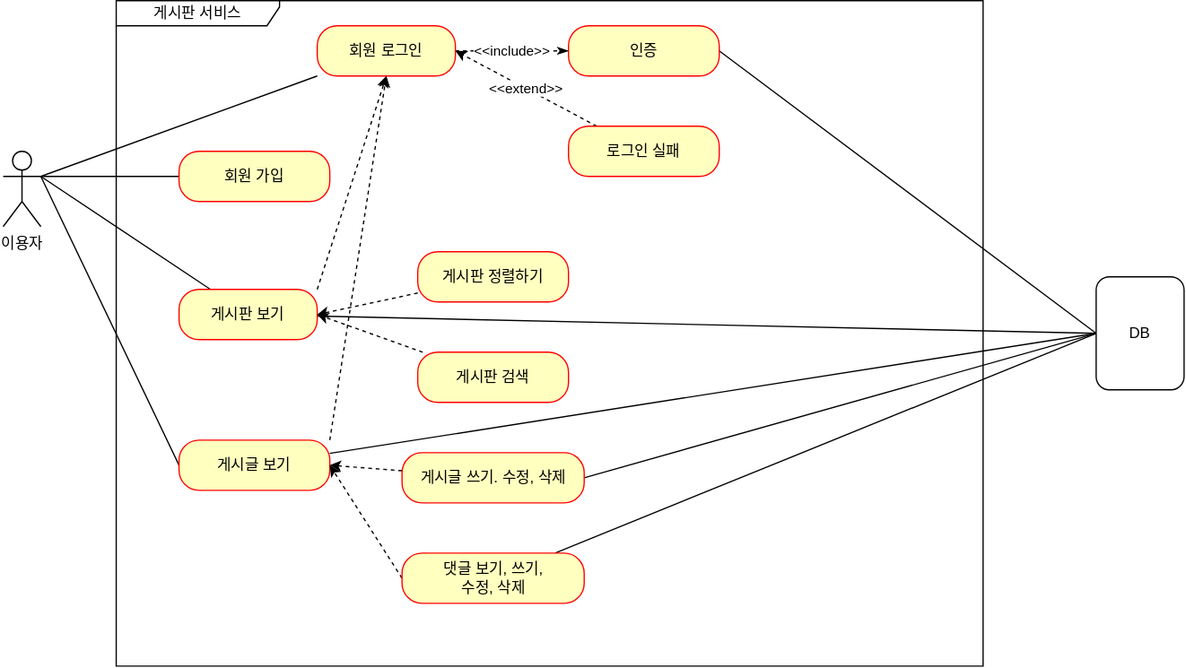
KimSangwoo1259/fc-project-board keeps this draw.io diagram as document/use-case.svg. Above is the earlier version. Source tidied: cells renumbered, new cells last; positions are measured from the earlier drawing's top-left corner, leaving out a move shared by most shapes.
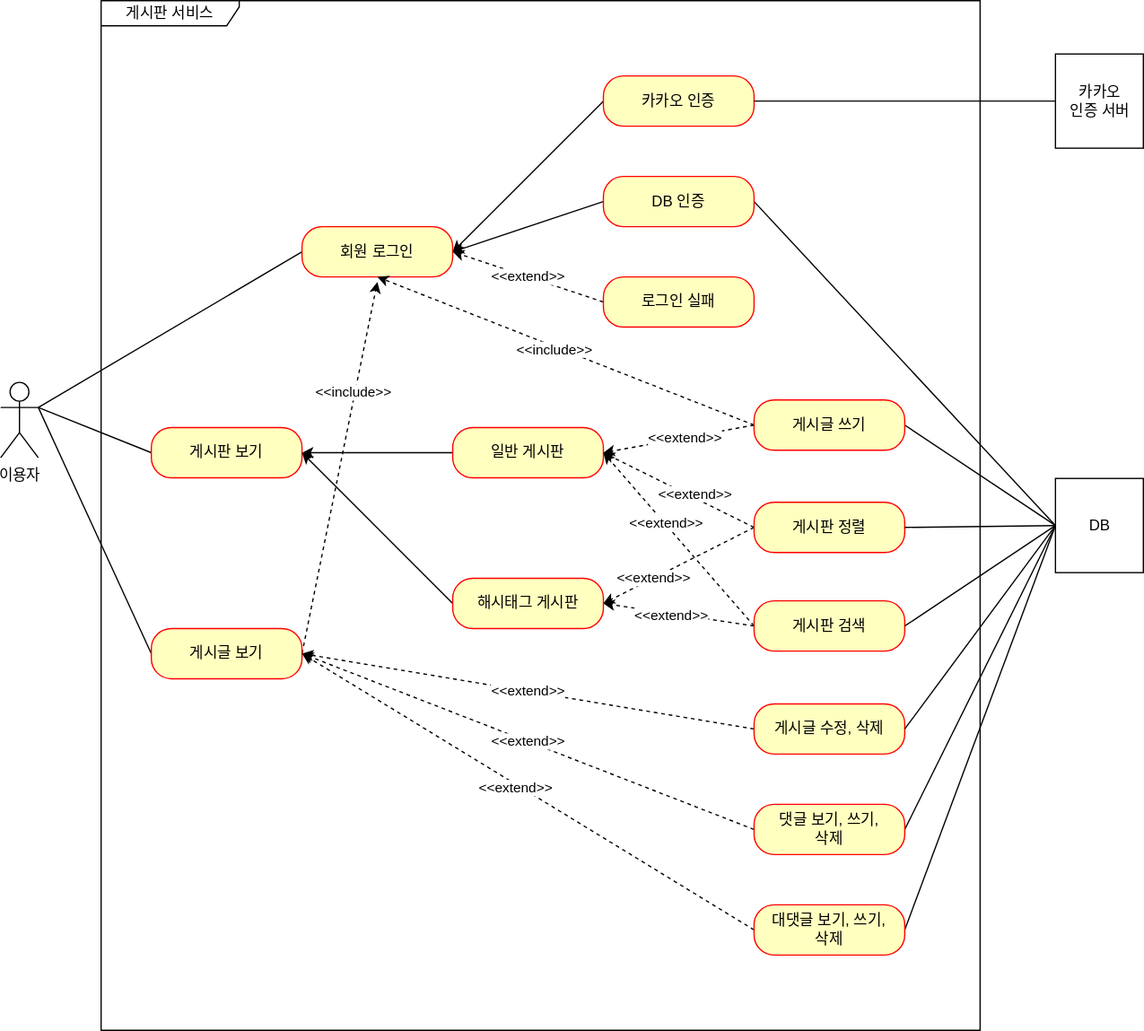
The same file after the commit.

Commit message:
gitflow-feature-stash: #35-usercase-update

The edit, as a diff of the source:
```diff
@@ -2,99 +2,177 @@
   <root>
     <mxCell id="0" />
     <mxCell id="1" parent="0" />
-    <mxCell id="2" value="이용자&lt;br&gt;" style="shape=umlActor;verticalLabelPosition=bottom;verticalAlign=top;html=1;outlineConnect=0;rounded=1;" parent="1" vertex="1">
-      <mxGeometry y="120" width="30" height="60" as="geometry" />
+    <mxCell id="2" value="이용자" style="shape=umlActor;verticalLabelPosition=bottom;verticalAlign=top;html=1;" parent="1" vertex="1">
+      <mxGeometry x="40" y="204" width="30" height="60" as="geometry" />
     </mxCell>
-    <mxCell id="3" value="게시판 서비스&lt;br&gt;" style="shape=umlFrame;whiteSpace=wrap;html=1;width=130;height=20;rounded=1;" parent="1" vertex="1">
-      <mxGeometry x="90" width="690" height="530" as="geometry" />
+    <mxCell id="3" value="게시판 서비스" style="shape=umlFrame;whiteSpace=wrap;html=1;width=110;height=20;" parent="1" vertex="1">
+      <mxGeometry x="120" y="-100" width="700" height="820" as="geometry" />
     </mxCell>
-    <mxCell id="4" style="rounded=1;jettySize=auto;html=1;exitX=0;exitY=0.5;exitDx=0;exitDy=0;entryX=1;entryY=0.3333333333333333;entryDx=0;entryDy=0;entryPerimeter=0;endArrow=none;endFill=0;" parent="1" edge="1" source="5" target="2">
-      <mxGeometry relative="1" as="geometry" />
-    </mxCell>
-    <mxCell id="5" value="회원 가입" style="rounded=1;whiteSpace=wrap;html=1;arcSize=40;fontColor=#000000;fillColor=#ffffc0;strokeColor=#ff0000;" parent="1" vertex="1">
-      <mxGeometry x="140" y="120" width="120" height="40" as="geometry" />
-    </mxCell>
-    <mxCell id="6" style="rounded=1;jettySize=auto;html=1;endArrow=none;endFill=0;" parent="1" edge="1" source="9">
-      <mxGeometry relative="1" as="geometry">
-        <mxPoint x="30" y="140" as="targetPoint" />
-      </mxGeometry>
-    </mxCell>
-    <mxCell id="7" style="rounded=1;jettySize=auto;html=1;entryX=0.5;entryY=1;entryDx=0;entryDy=0;exitX=1;exitY=0;exitDx=0;exitDy=0;dashed=1;" parent="1" edge="1" source="9" target="16">
-      <mxGeometry relative="1" as="geometry" />
-    </mxCell>
-    <mxCell id="8" style="rounded=1;jettySize=auto;html=1;entryX=0;entryY=0.5;entryDx=0;entryDy=0;endArrow=none;endFill=0;" parent="1" edge="1" source="9" target="31">
-      <mxGeometry relative="1" as="geometry" />
-    </mxCell>
+    <mxCell id="32" style="rounded=0;jettySize=auto;html=1;exitX=0;exitY=0.5;exitDx=0;exitDy=0;entryX=1;entryY=0.5;entryDx=0;entryDy=0;" parent="1" edge="1" source="33" target="9">
+      <mxGeometry relative="1" as="geometry" />
+    </mxCell>
+    <mxCell id="33" value="일반 게시판" style="rounded=1;whiteSpace=wrap;html=1;arcSize=40;fontColor=#000000;fillColor=#ffffc0;strokeColor=#ff0000;" parent="1" vertex="1">
+      <mxGeometry x="400" y="240" width="120" height="40" as="geometry" />
+    </mxCell>
+    <mxCell id="34" style="edgeStyle=none;rounded=0;jettySize=auto;html=1;exitX=0;exitY=0.5;exitDx=0;exitDy=0;entryX=1;entryY=0.3333333333333333;entryDx=0;entryDy=0;entryPerimeter=0;endArrow=none;endFill=0;" parent="1" edge="1" source="9" target="2">
+      <mxGeometry relative="1" as="geometry" />
+    </mxCell>
     <mxCell id="9" value="게시판 보기" style="rounded=1;whiteSpace=wrap;html=1;arcSize=40;fontColor=#000000;fillColor=#ffffc0;strokeColor=#ff0000;" parent="1" vertex="1">
-      <mxGeometry x="140" y="230" width="110" height="40" as="geometry" />
+      <mxGeometry x="160" y="240" width="120" height="40" as="geometry" />
     </mxCell>
-    <mxCell id="10" style="rounded=1;jettySize=auto;html=1;endArrow=none;endFill=0;exitX=0;exitY=0.5;exitDx=0;exitDy=0;" parent="1" edge="1" source="13">
-      <mxGeometry relative="1" as="geometry">
-        <mxPoint x="30" y="140" as="targetPoint" />
-      </mxGeometry>
-    </mxCell>
-    <mxCell id="11" style="rounded=1;jettySize=auto;html=1;exitX=1;exitY=0;exitDx=0;exitDy=0;entryX=0.5;entryY=1;entryDx=0;entryDy=0;dashed=1;" parent="1" edge="1" source="13" target="16">
-      <mxGeometry relative="1" as="geometry" />
-    </mxCell>
-    <mxCell id="12" style="rounded=1;jettySize=auto;html=1;endArrow=none;endFill=0;entryX=0;entryY=0.5;entryDx=0;entryDy=0;" parent="1" edge="1" source="13" target="31">
-      <mxGeometry relative="1" as="geometry" />
-    </mxCell>
+    <mxCell id="35" style="edgeStyle=none;rounded=0;jettySize=auto;html=1;exitX=0;exitY=0.5;exitDx=0;exitDy=0;endArrow=none;endFill=0;" parent="1" edge="1" source="13">
+      <mxGeometry relative="1" as="geometry">
+        <mxPoint x="70" y="224" as="targetPoint" />
+      </mxGeometry>
+    </mxCell>
+    <mxCell id="36" style="edgeStyle=none;rounded=0;jettySize=auto;html=1;exitX=1;exitY=0.5;exitDx=0;exitDy=0;dashed=1;endArrow=classic;endFill=1;" parent="1" edge="1" source="13">
+      <mxGeometry relative="1" as="geometry">
+        <mxPoint x="340" y="124" as="targetPoint" />
+      </mxGeometry>
+    </mxCell>
+    <mxCell id="37" value="&amp;lt;&amp;lt;include&amp;gt;&amp;gt;" style="edgeLabel;html=1;align=center;verticalAlign=middle;" parent="36" vertex="1">
+      <mxGeometry x="0.41" y="2" relative="1" as="geometry" />
+    </mxCell>
     <mxCell id="13" value="게시글 보기" style="rounded=1;whiteSpace=wrap;html=1;arcSize=40;fontColor=#000000;fillColor=#ffffc0;strokeColor=#ff0000;" parent="1" vertex="1">
-      <mxGeometry x="140" y="350" width="120" height="40" as="geometry" />
+      <mxGeometry x="160" y="400" width="120" height="40" as="geometry" />
     </mxCell>
-    <mxCell id="14" style="rounded=1;jettySize=auto;html=1;entryX=1;entryY=0.3333333333333333;entryDx=0;entryDy=0;entryPerimeter=0;endArrow=none;endFill=0;" parent="1" edge="1" source="16" target="2">
-      <mxGeometry relative="1" as="geometry" />
-    </mxCell>
-    <mxCell id="15" value="&amp;lt;&amp;lt;include&amp;gt;&amp;gt;" style="rounded=1;jettySize=auto;html=1;endArrow=classicThin;endFill=1;dashed=1;" parent="1" edge="1" source="16" target="18">
-      <mxGeometry relative="1" as="geometry" />
-    </mxCell>
+    <mxCell id="38" style="edgeStyle=none;rounded=0;jettySize=auto;html=1;exitX=0;exitY=0.5;exitDx=0;exitDy=0;endArrow=none;endFill=0;" parent="1" edge="1" source="16">
+      <mxGeometry relative="1" as="geometry">
+        <mxPoint x="70" y="224" as="targetPoint" />
+      </mxGeometry>
+    </mxCell>
     <mxCell id="16" value="회원 로그인" style="rounded=1;whiteSpace=wrap;html=1;arcSize=40;fontColor=#000000;fillColor=#ffffc0;strokeColor=#ff0000;" parent="1" vertex="1">
-      <mxGeometry x="250" y="20" width="110" height="40" as="geometry" />
+      <mxGeometry x="280" y="80" width="120" height="40" as="geometry" />
     </mxCell>
-    <mxCell id="17" style="rounded=1;jettySize=auto;html=1;entryX=0;entryY=0.5;entryDx=0;entryDy=0;exitX=1;exitY=0.5;exitDx=0;exitDy=0;endArrow=none;endFill=0;" parent="1" edge="1" source="18" target="31">
-      <mxGeometry relative="1" as="geometry" />
-    </mxCell>
-    <mxCell id="18" value="인증" style="rounded=1;whiteSpace=wrap;html=1;arcSize=40;fontColor=#000000;fillColor=#ffffc0;strokeColor=#ff0000;" parent="1" vertex="1">
-      <mxGeometry x="450" y="20" width="120" height="40" as="geometry" />
-    </mxCell>
+    <mxCell id="39" style="edgeStyle=none;rounded=0;jettySize=auto;html=1;exitX=1;exitY=0.5;exitDx=0;exitDy=0;entryX=0;entryY=0.5;entryDx=0;entryDy=0;endArrow=none;endFill=0;" parent="1" edge="1" source="41" target="31">
+      <mxGeometry relative="1" as="geometry" />
+    </mxCell>
+    <mxCell id="40" style="edgeStyle=none;rounded=0;jettySize=auto;html=1;exitX=0;exitY=0.5;exitDx=0;exitDy=0;entryX=1;entryY=0.5;entryDx=0;entryDy=0;endArrow=classic;endFill=1;" parent="1" edge="1" source="41" target="16">
+      <mxGeometry relative="1" as="geometry" />
+    </mxCell>
+    <mxCell id="41" value="DB 인증" style="rounded=1;whiteSpace=wrap;html=1;arcSize=40;fontColor=#000000;fillColor=#ffffc0;strokeColor=#ff0000;" parent="1" vertex="1">
+      <mxGeometry x="520" y="40" width="120" height="40" as="geometry" />
+    </mxCell>
-    <mxCell id="19" value="&amp;lt;&amp;lt;extend&amp;gt;&amp;gt;" style="rounded=1;jettySize=auto;html=1;entryX=1;entryY=0.5;entryDx=0;entryDy=0;endArrow=classic;endFill=1;dashed=1;" parent="1" edge="1" source="20" target="16">
+    <mxCell id="19" value="&amp;lt;&amp;lt;extend&amp;gt;&amp;gt;" style="edgeStyle=none;rounded=0;jettySize=auto;html=1;exitX=0;exitY=0.5;exitDx=0;exitDy=0;entryX=1;entryY=0.5;entryDx=0;entryDy=0;endArrow=classic;endFill=1;dashed=1;" parent="1" edge="1" source="20" target="16">
       <mxGeometry relative="1" as="geometry" />
     </mxCell>
     <mxCell id="20" value="로그인 실패" style="rounded=1;whiteSpace=wrap;html=1;arcSize=40;fontColor=#000000;fillColor=#ffffc0;strokeColor=#ff0000;" parent="1" vertex="1">
-      <mxGeometry x="450" y="100" width="120" height="40" as="geometry" />
+      <mxGeometry x="520" y="120" width="120" height="40" as="geometry" />
     </mxCell>
-    <mxCell id="21" style="rounded=1;jettySize=auto;html=1;entryX=1;entryY=0.5;entryDx=0;entryDy=0;dashed=1;" parent="1" edge="1" source="22" target="9">
-      <mxGeometry relative="1" as="geometry" />
-    </mxCell>
-    <mxCell id="22" value="게시판 정렬하기" style="rounded=1;whiteSpace=wrap;html=1;arcSize=40;fontColor=#000000;fillColor=#ffffc0;strokeColor=#ff0000;" parent="1" vertex="1">
-      <mxGeometry x="330" y="200" width="120" height="40" as="geometry" />
-    </mxCell>
-    <mxCell id="23" style="rounded=1;jettySize=auto;html=1;entryX=1;entryY=0.5;entryDx=0;entryDy=0;dashed=1;" parent="1" edge="1" source="24" target="9">
-      <mxGeometry relative="1" as="geometry" />
-    </mxCell>
+    <mxCell id="42" style="edgeStyle=none;rounded=0;jettySize=auto;html=1;exitX=0;exitY=0.5;exitDx=0;exitDy=0;entryX=1;entryY=0.5;entryDx=0;entryDy=0;dashed=1;endArrow=classic;endFill=1;" parent="1" edge="1" source="46" target="33">
+      <mxGeometry relative="1" as="geometry" />
+    </mxCell>
+    <mxCell id="43" value="&amp;lt;&amp;lt;extend&amp;gt;&amp;gt;" style="edgeLabel;html=1;align=center;verticalAlign=middle;" parent="42" vertex="1">
+      <mxGeometry x="-0.18" y="-3" relative="1" as="geometry" />
+    </mxCell>
+    <mxCell id="44" style="edgeStyle=none;rounded=0;jettySize=auto;html=1;exitX=0;exitY=0.5;exitDx=0;exitDy=0;entryX=1;entryY=0.5;entryDx=0;entryDy=0;dashed=1;" parent="1" edge="1" source="46" target="62">
+      <mxGeometry relative="1" as="geometry" />
+    </mxCell>
+    <mxCell id="45" value="&amp;lt;&amp;lt;extend&amp;gt;&amp;gt;" style="edgeLabel;html=1;align=center;verticalAlign=middle;" parent="44" vertex="1">
+      <mxGeometry x="0.33" relative="1" as="geometry">
+        <mxPoint x="-1" as="offset" />
+      </mxGeometry>
+    </mxCell>
+    <mxCell id="46" value="게시판 정렬" style="rounded=1;whiteSpace=wrap;html=1;arcSize=40;fontColor=#000000;fillColor=#ffffc0;strokeColor=#ff0000;" parent="1" vertex="1">
+      <mxGeometry x="640" y="299.5" width="120" height="40" as="geometry" />
+    </mxCell>
+    <mxCell id="47" style="edgeStyle=none;rounded=0;jettySize=auto;html=1;exitX=0;exitY=0.5;exitDx=0;exitDy=0;dashed=1;endArrow=classic;endFill=1;entryX=1;entryY=0.5;entryDx=0;entryDy=0;" parent="1" edge="1" source="24" target="33">
+      <mxGeometry relative="1" as="geometry" />
+    </mxCell>
+    <mxCell id="48" value="&amp;lt;&amp;lt;extend&amp;gt;&amp;gt;" style="edgeLabel;html=1;align=center;verticalAlign=middle;" parent="47" vertex="1">
+      <mxGeometry x="0.18" y="-1" relative="1" as="geometry" />
+    </mxCell>
+    <mxCell id="49" style="edgeStyle=none;rounded=0;jettySize=auto;html=1;exitX=0;exitY=0.5;exitDx=0;exitDy=0;entryX=1;entryY=0.5;entryDx=0;entryDy=0;dashed=1;" parent="1" edge="1" source="24" target="62">
+      <mxGeometry relative="1" as="geometry" />
+    </mxCell>
+    <mxCell id="50" value="&amp;lt;&amp;lt;extend&amp;gt;&amp;gt;" style="edgeLabel;html=1;align=center;verticalAlign=middle;" parent="49" vertex="1">
+      <mxGeometry x="0.11" y="2" relative="1" as="geometry">
+        <mxPoint x="1" as="offset" />
+      </mxGeometry>
+    </mxCell>
     <mxCell id="24" value="게시판 검색" style="rounded=1;whiteSpace=wrap;html=1;arcSize=40;fontColor=#000000;fillColor=#ffffc0;strokeColor=#ff0000;" parent="1" vertex="1">
-      <mxGeometry x="330" y="280" width="120" height="40" as="geometry" />
+      <mxGeometry x="640" y="378" width="120" height="40" as="geometry" />
     </mxCell>
-    <mxCell id="25" style="rounded=1;jettySize=auto;html=1;entryX=1;entryY=0.5;entryDx=0;entryDy=0;dashed=1;endArrow=classic;endFill=1;" parent="1" edge="1" source="27" target="13">
-      <mxGeometry relative="1" as="geometry" />
-    </mxCell>
-    <mxCell id="26" style="rounded=1;jettySize=auto;html=1;endArrow=none;endFill=0;exitX=1;exitY=0.5;exitDx=0;exitDy=0;entryX=0;entryY=0.5;entryDx=0;entryDy=0;" parent="1" edge="1" source="27" target="31">
-      <mxGeometry relative="1" as="geometry" />
-    </mxCell>
-    <mxCell id="27" value="게시글 쓰기. 수정, 삭제" style="rounded=1;whiteSpace=wrap;html=1;arcSize=40;fontColor=#000000;fillColor=#ffffc0;strokeColor=#ff0000;" parent="1" vertex="1">
-      <mxGeometry x="317.5" y="360" width="145" height="40" as="geometry" />
-    </mxCell>
-    <mxCell id="28" style="rounded=1;jettySize=auto;html=1;entryX=1;entryY=0.5;entryDx=0;entryDy=0;dashed=1;exitX=0;exitY=0.5;exitDx=0;exitDy=0;" parent="1" edge="1" source="30" target="13">
-      <mxGeometry relative="1" as="geometry" />
-    </mxCell>
-    <mxCell id="29" style="rounded=1;jettySize=auto;html=1;entryX=0;entryY=0.5;entryDx=0;entryDy=0;endArrow=none;endFill=0;" parent="1" edge="1" source="30" target="31">
-      <mxGeometry relative="1" as="geometry" />
-    </mxCell>
-    <mxCell id="30" value="댓글 보기, 쓰기,&lt;br&gt;수정, 삭제" style="rounded=1;whiteSpace=wrap;html=1;arcSize=40;fontColor=#000000;fillColor=#ffffc0;strokeColor=#ff0000;" parent="1" vertex="1">
-      <mxGeometry x="317.5" y="440" width="145" height="40" as="geometry" />
-    </mxCell>
+    <mxCell id="51" value="&amp;lt;&amp;lt;extend&amp;gt;&amp;gt;" style="edgeStyle=none;rounded=0;jettySize=auto;html=1;exitX=0;exitY=0.5;exitDx=0;exitDy=0;entryX=1;entryY=0.5;entryDx=0;entryDy=0;dashed=1;endArrow=classic;endFill=1;" parent="1" edge="1" source="52" target="13">
+      <mxGeometry relative="1" as="geometry" />
+    </mxCell>
+    <mxCell id="52" value="게시글 수정, 삭제" style="rounded=1;whiteSpace=wrap;html=1;arcSize=40;fontColor=#000000;fillColor=#ffffc0;strokeColor=#ff0000;" parent="1" vertex="1">
+      <mxGeometry x="640" y="460" width="120" height="40" as="geometry" />
+    </mxCell>
+    <mxCell id="53" style="edgeStyle=none;rounded=0;jettySize=auto;html=1;exitX=0;exitY=0.5;exitDx=0;exitDy=0;dashed=1;endArrow=classic;endFill=1;entryX=1;entryY=0.5;entryDx=0;entryDy=0;" parent="1" edge="1" source="56" target="13">
+      <mxGeometry relative="1" as="geometry" />
+    </mxCell>
+    <mxCell id="54" value="&amp;lt;&amp;lt;extend&amp;gt;&amp;gt;" style="edgeLabel;html=1;align=center;verticalAlign=middle;" parent="53" vertex="1">
+      <mxGeometry x="0.01" relative="1" as="geometry" />
+    </mxCell>
+    <mxCell id="55" style="edgeStyle=none;rounded=0;jettySize=auto;html=1;exitX=1;exitY=0.5;exitDx=0;exitDy=0;endArrow=none;endFill=0;entryX=0;entryY=0.5;entryDx=0;entryDy=0;" parent="1" edge="1" source="56" target="31">
+      <mxGeometry relative="1" as="geometry" />
+    </mxCell>
+    <mxCell id="56" value="댓글 보기, 쓰기,&lt;br&gt;삭제" style="rounded=1;whiteSpace=wrap;html=1;arcSize=40;fontColor=#000000;fillColor=#ffffc0;strokeColor=#ff0000;" parent="1" vertex="1">
+      <mxGeometry x="640" y="540" width="120" height="40" as="geometry" />
+    </mxCell>
+    <mxCell id="57" style="edgeStyle=none;rounded=0;jettySize=auto;html=1;exitX=0;exitY=0.5;exitDx=0;exitDy=0;entryX=1;entryY=0.5;entryDx=0;entryDy=0;endArrow=none;endFill=0;" parent="1" edge="1" source="31" target="52">
+      <mxGeometry relative="1" as="geometry" />
+    </mxCell>
+    <mxCell id="58" style="edgeStyle=none;rounded=0;jettySize=auto;html=1;exitX=0;exitY=0.5;exitDx=0;exitDy=0;entryX=1;entryY=0.5;entryDx=0;entryDy=0;endArrow=none;endFill=0;" parent="1" edge="1" source="31" target="24">
+      <mxGeometry relative="1" as="geometry" />
+    </mxCell>
+    <mxCell id="59" style="edgeStyle=none;rounded=0;jettySize=auto;html=1;exitX=0;exitY=0.5;exitDx=0;exitDy=0;entryX=1;entryY=0.5;entryDx=0;entryDy=0;endArrow=none;endFill=0;" parent="1" edge="1" source="31" target="46">
+      <mxGeometry relative="1" as="geometry" />
+    </mxCell>
+    <mxCell id="60" style="edgeStyle=none;rounded=0;jettySize=auto;html=1;exitX=0;exitY=0.5;exitDx=0;exitDy=0;entryX=1;entryY=0.5;entryDx=0;entryDy=0;endArrow=none;endFill=0;" parent="1" edge="1" source="31" target="68">
+      <mxGeometry relative="1" as="geometry" />
+    </mxCell>
-    <mxCell id="31" value="DB" style="html=1;whiteSpace=wrap;rounded=1;" parent="1" vertex="1">
-      <mxGeometry x="870" y="220" width="70" height="90" as="geometry" />
+    <mxCell id="31" value="DB" style="html=1;" parent="1" vertex="1">
+      <mxGeometry x="880" y="280.5" width="70" height="75" as="geometry" />
     </mxCell>
+    <mxCell id="61" style="jettySize=auto;html=1;exitX=0;exitY=0.5;exitDx=0;exitDy=0;entryX=1;entryY=0.5;entryDx=0;entryDy=0;rounded=0;" parent="1" edge="1" source="62" target="9">
+      <mxGeometry relative="1" as="geometry" />
+    </mxCell>
+    <mxCell id="62" value="해시태그 게시판" style="rounded=1;whiteSpace=wrap;html=1;arcSize=40;fontColor=#000000;fillColor=#ffffc0;strokeColor=#ff0000;" parent="1" vertex="1">
+      <mxGeometry x="400" y="360" width="120" height="40" as="geometry" />
+    </mxCell>
+    <mxCell id="63" style="edgeStyle=none;rounded=0;orthogonalLoop=1;jettySize=auto;html=1;exitX=0;exitY=0.5;exitDx=0;exitDy=0;" parent="1" edge="1" source="24" target="24">
+      <mxGeometry relative="1" as="geometry" />
+    </mxCell>
+    <mxCell id="64" style="edgeStyle=none;rounded=0;jettySize=auto;html=1;exitX=0;exitY=0.5;exitDx=0;exitDy=0;entryX=1;entryY=0.5;entryDx=0;entryDy=0;dashed=1;" parent="1" edge="1" source="68" target="33">
+      <mxGeometry relative="1" as="geometry" />
+    </mxCell>
+    <mxCell id="65" value="&amp;lt;&amp;lt;extend&amp;gt;&amp;gt;" style="edgeLabel;html=1;align=center;verticalAlign=middle;" parent="64" vertex="1">
+      <mxGeometry x="-0.09" y="-1" relative="1" as="geometry" />
+    </mxCell>
+    <mxCell id="66" style="edgeStyle=none;rounded=0;jettySize=auto;html=1;exitX=0;exitY=0.5;exitDx=0;exitDy=0;entryX=0.5;entryY=1;entryDx=0;entryDy=0;endArrow=classic;endFill=1;dashed=1;" parent="1" edge="1" source="68" target="16">
+      <mxGeometry relative="1" as="geometry" />
+    </mxCell>
+    <mxCell id="67" value="&amp;lt;&amp;lt;include&amp;gt;&amp;gt;" style="edgeLabel;html=1;align=center;verticalAlign=middle;" parent="66" vertex="1">
+      <mxGeometry x="0.06" y="2" relative="1" as="geometry" />
+    </mxCell>
+    <mxCell id="68" value="게시글 쓰기" style="rounded=1;whiteSpace=wrap;html=1;arcSize=40;fontColor=#000000;fillColor=#ffffc0;strokeColor=#ff0000;" parent="1" vertex="1">
+      <mxGeometry x="640" y="218" width="120" height="40" as="geometry" />
+    </mxCell>
+    <mxCell id="69" style="edgeStyle=none;rounded=0;jettySize=auto;html=1;exitX=0;exitY=0.5;exitDx=0;exitDy=0;entryX=1;entryY=0.5;entryDx=0;entryDy=0;endArrow=classic;endFill=1;dashed=1;" parent="1" edge="1" source="72" target="13">
+      <mxGeometry relative="1" as="geometry" />
+    </mxCell>
+    <mxCell id="70" value="&amp;lt;&amp;lt;extend&amp;gt;&amp;gt;" style="edgeLabel;html=1;align=center;verticalAlign=middle;" parent="69" vertex="1">
+      <mxGeometry x="0.05" y="3" relative="1" as="geometry" />
+    </mxCell>
+    <mxCell id="71" style="edgeStyle=none;rounded=0;jettySize=auto;html=1;exitX=1;exitY=0.5;exitDx=0;exitDy=0;entryX=0;entryY=0.5;entryDx=0;entryDy=0;endArrow=none;endFill=0;" parent="1" edge="1" source="72" target="31">
+      <mxGeometry relative="1" as="geometry" />
+    </mxCell>
+    <mxCell id="72" value="대댓글 보기, 쓰기,&lt;br&gt;삭제" style="rounded=1;whiteSpace=wrap;html=1;arcSize=40;fontColor=#000000;fillColor=#ffffc0;strokeColor=#ff0000;" parent="1" vertex="1">
+      <mxGeometry x="640" y="620" width="120" height="40" as="geometry" />
+    </mxCell>
+    <mxCell id="73" style="rounded=0;jettySize=auto;html=1;exitX=0;exitY=0.5;exitDx=0;exitDy=0;entryX=1;entryY=0.5;entryDx=0;entryDy=0;endArrow=classic;endFill=1;" parent="1" edge="1" source="74" target="16">
+      <mxGeometry relative="1" as="geometry" />
+    </mxCell>
+    <mxCell id="74" value="카카오 인증" style="rounded=1;whiteSpace=wrap;html=1;arcSize=40;fontColor=#000000;fillColor=#ffffc0;strokeColor=#ff0000;" parent="1" vertex="1">
+      <mxGeometry x="520" y="-40" width="120" height="40" as="geometry" />
+    </mxCell>
+    <mxCell id="75" style="edgeStyle=orthogonalEdgeStyle;rounded=0;jettySize=auto;html=1;exitX=0;exitY=0.5;exitDx=0;exitDy=0;entryX=1;entryY=0.5;entryDx=0;entryDy=0;endArrow=none;endFill=0;" parent="1" edge="1" source="76" target="74">
+      <mxGeometry relative="1" as="geometry" />
+    </mxCell>
+    <mxCell id="76" value="카카오&lt;br&gt;인증 서버" style="html=1;" parent="1" vertex="1">
+      <mxGeometry x="880" y="-57.5" width="70" height="75" as="geometry" />
+    </mxCell>
   </root>
 </mxGraphModel>
```
